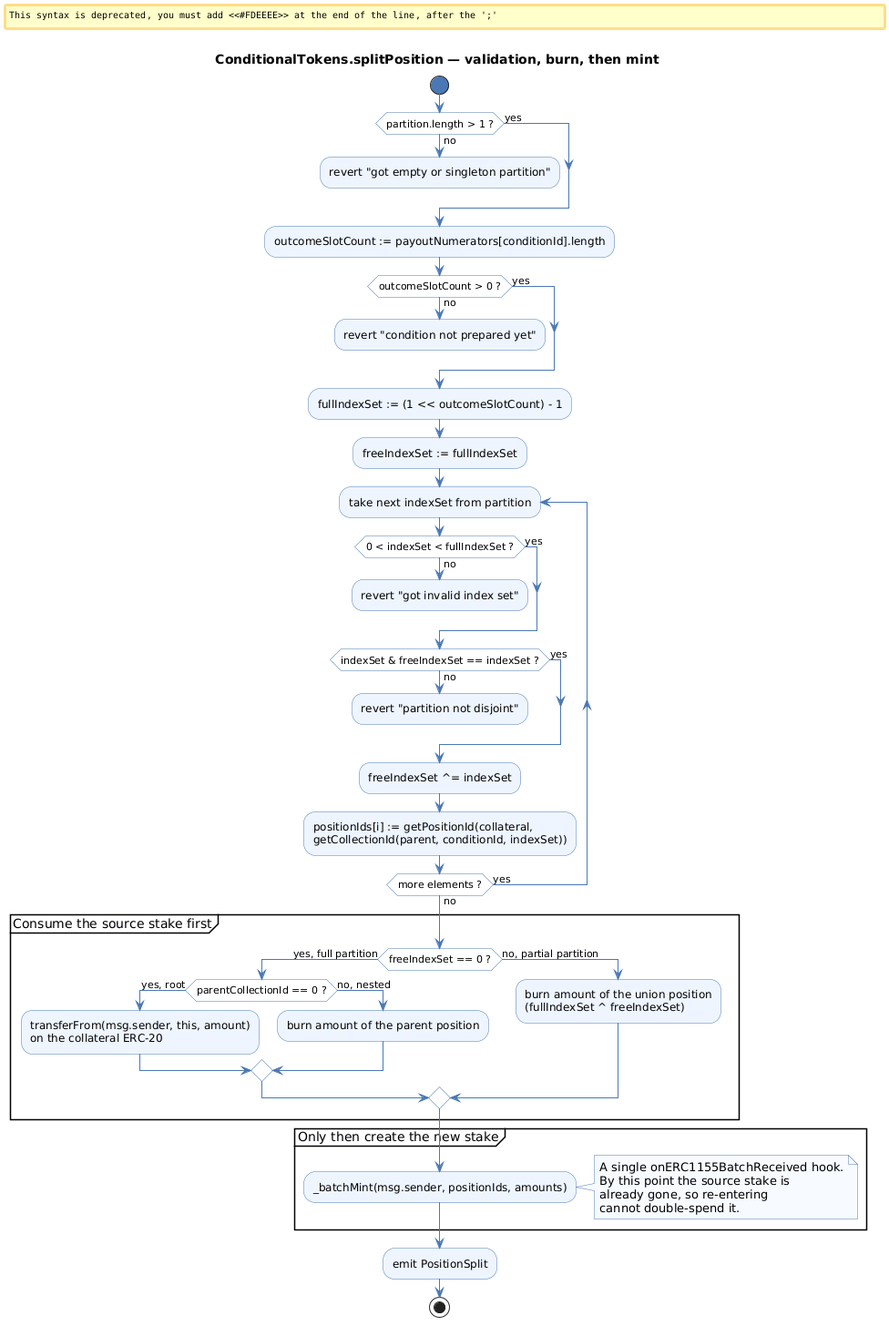
The PlantUML diagram assets/article/blockchain/defi/conditional-tokens/conditional-tokens-split-position-workflow.png in rya-sge/access-denied, before a commit. Source of this version:
```plantuml
@startuml
title ConditionalTokens.splitPosition — validation, burn, then mint
skinparam shadowing false
skinparam ArrowColor #4A78B5
skinparam activity {
  BackgroundColor #EEF5FF
  BorderColor #4A78B5
  DiamondBackgroundColor #FFFFFF
  DiamondBorderColor #4A78B5
  StartColor #4A78B5
  EndColor #4A78B5
}
skinparam note {
  BackgroundColor #F7FAFF
  BorderColor #4A78B5
}

start
if (partition.length > 1 ?) then (no)
  #FDEEEE:revert "got empty or singleton partition";
  kill
else (yes)
endif

:outcomeSlotCount := payoutNumerators[conditionId].length;
if (outcomeSlotCount > 0 ?) then (no)
  #FDEEEE:revert "condition not prepared yet";
  kill
else (yes)
endif

:fullIndexSet := (1 << outcomeSlotCount) - 1;
:freeIndexSet := fullIndexSet;

repeat :take next indexSet from partition;
  if (0 < indexSet < fullIndexSet ?) then (no)
    #FDEEEE:revert "got invalid index set";
    kill
  else (yes)
  endif
  if (indexSet & freeIndexSet == indexSet ?) then (no)
    #FDEEEE:revert "partition not disjoint";
    kill
  else (yes)
  endif
  :freeIndexSet ^= indexSet;
  :positionIds[i] := getPositionId(collateral,\ngetCollectionId(parent, conditionId, indexSet));
repeat while (more elements ?) is (yes) not (no)

partition "Consume the source stake first" {
  if (freeIndexSet == 0 ?) then (yes, full partition)
    if (parentCollectionId == 0 ?) then (yes, root)
      :transferFrom(msg.sender, this, amount)\non the collateral ERC-20;
    else (no, nested)
      :burn amount of the parent position;
    endif
  else (no, partial partition)
    :burn amount of the union position\n(fullIndexSet ^ freeIndexSet);
  endif
}

partition "Only then create the new stake" {
  :_batchMint(msg.sender, positionIds, amounts);
  note right
    A single onERC1155BatchReceived hook.
    By this point the source stake is
    already gone, so re-entering
    cannot double-spend it.
  end note
}

:emit PositionSplit;
stop
@enduml
```
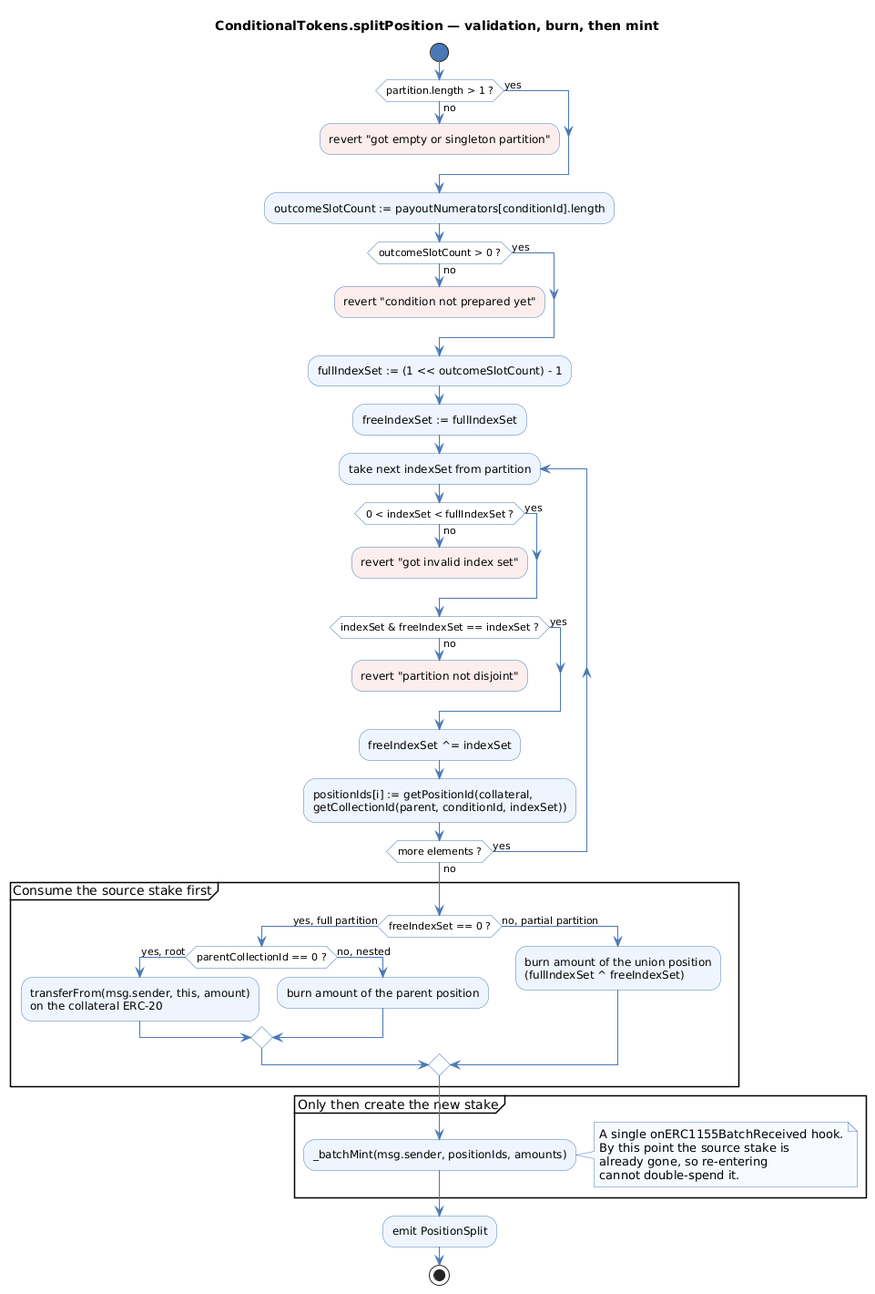
Above is the later version.

What changed in the source:
```diff
@@ -17,14 +17,14 @@
 
 start
 if (partition.length > 1 ?) then (no)
-  #FDEEEE:revert "got empty or singleton partition";
+  :revert "got empty or singleton partition";<<#FDEEEE>>
   kill
 else (yes)
 endif
 
 :outcomeSlotCount := payoutNumerators[conditionId].length;
 if (outcomeSlotCount > 0 ?) then (no)
-  #FDEEEE:revert "condition not prepared yet";
+  :revert "condition not prepared yet";<<#FDEEEE>>
   kill
 else (yes)
 endif
@@ -34,12 +34,12 @@
 
 repeat :take next indexSet from partition;
   if (0 < indexSet < fullIndexSet ?) then (no)
-    #FDEEEE:revert "got invalid index set";
+    :revert "got invalid index set";<<#FDEEEE>>
     kill
   else (yes)
   endif
   if (indexSet & freeIndexSet == indexSet ?) then (no)
-    #FDEEEE:revert "partition not disjoint";
+    :revert "partition not disjoint";<<#FDEEEE>>
     kill
   else (yes)
   endif
```
